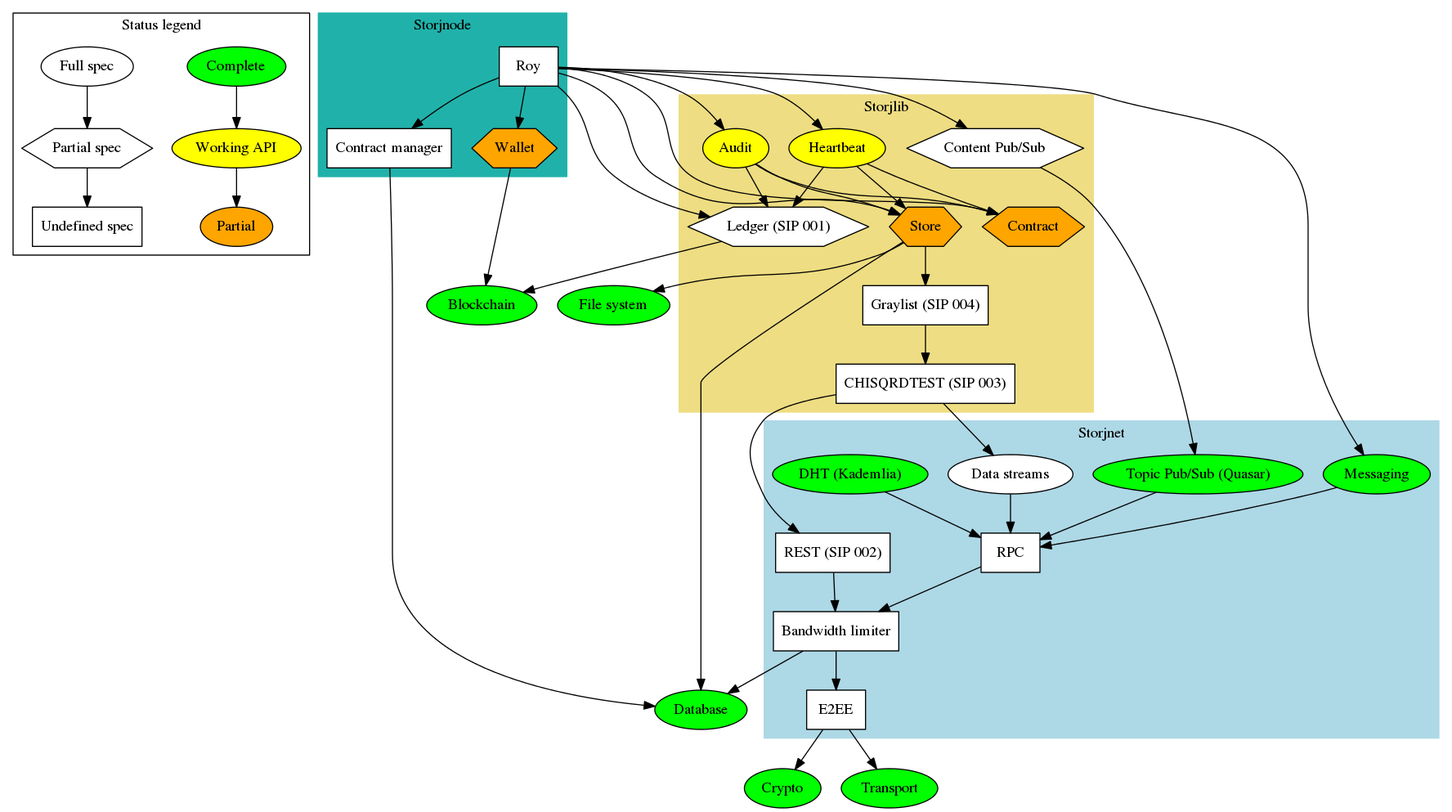
The Graphviz diagram status.png in StorjOld/storjspec, before a commit. Its source is kept beside it as status.dot.
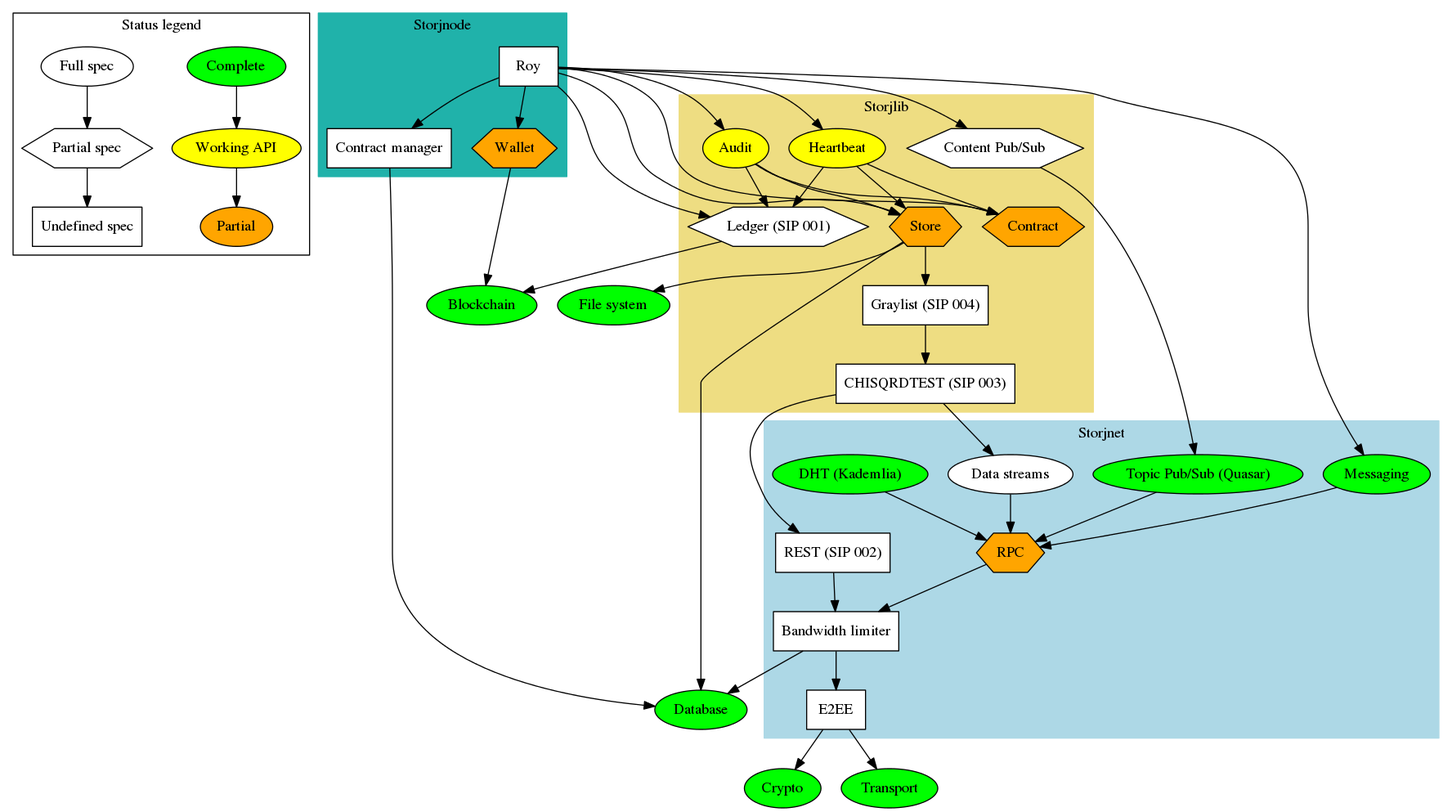
After the commit.

Change to the diagram source:
```diff
@@ -27,7 +27,7 @@
         "Topic Pub/Sub (Quasar)" [fillcolor=green, shape=ellipse]; // enable publishing and subscribing to events
         "Data streams" [shape=ellipse]; // full duplex data transfer
         "Messaging" [fillcolor=green, shape=ellipse]; // to shortcut the pubsub after peer found
-        "RPC"; // rpc calls and data transfer between clients
+        "RPC" [fillcolor=orange, shape=hexagon]; // rpc calls and data transfer between clients
         "E2EE"; // End-to-end encryption
         "Bandwidth limiter";
         "REST (SIP 002)"; // put/get shards
```
